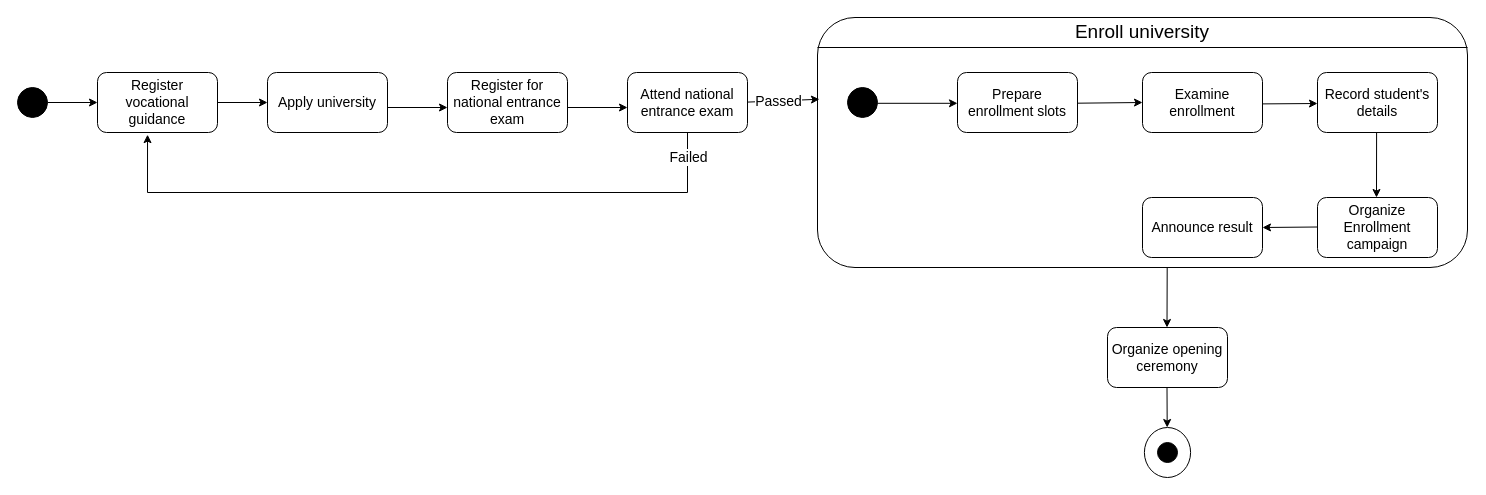
This is Lab 5/Topic 1_ Student Enrollment.drawio from JavaKhangNguyen/LabOOAD, a draw.io file, before an edit. Source tidied: cells renumbered, new cells numbered last; positions are measured from the earlier drawing's top-left corner, leaving out a move shared by most shapes. Both pictures are drawn from the tidied source at 100%, with x=0, y=0 at pixel (17, 17).
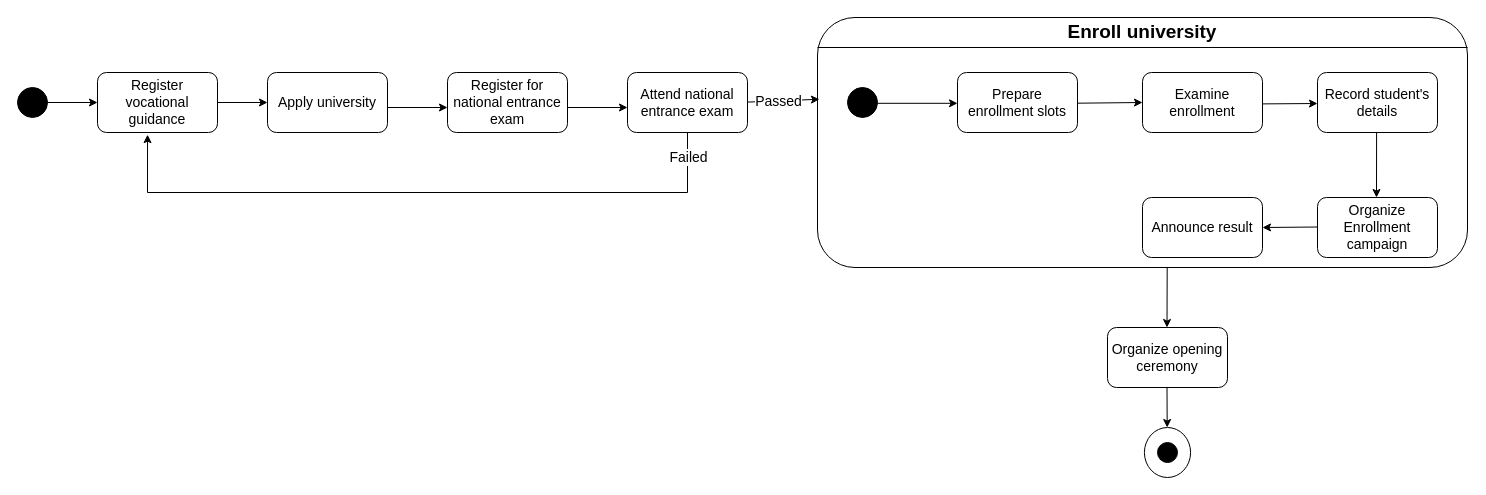
The same page after the edit.

The edit, as a diff of the source:
```diff
@@
-    <mxCell id="26" value="&lt;font style=&quot;font-size: 19px&quot;&gt;Enroll university&lt;/font&gt;" style="text;html=1;strokeColor=none;fillColor=none;align=center;verticalAlign=middle;whiteSpace=wrap;rounded=0;" parent="1" vertex="1">
+    <mxCell id="26" value="&lt;font style=&quot;font-size: 19px&quot;&gt;&lt;b&gt;Enroll university&lt;/b&gt;&lt;/font&gt;" style="text;html=1;strokeColor=none;fillColor=none;align=center;verticalAlign=middle;whiteSpace=wrap;rounded=0;" parent="1" vertex="1">
       <mxGeometry x="1035" width="180" height="30" as="geometry" />
     </mxCell>
```
